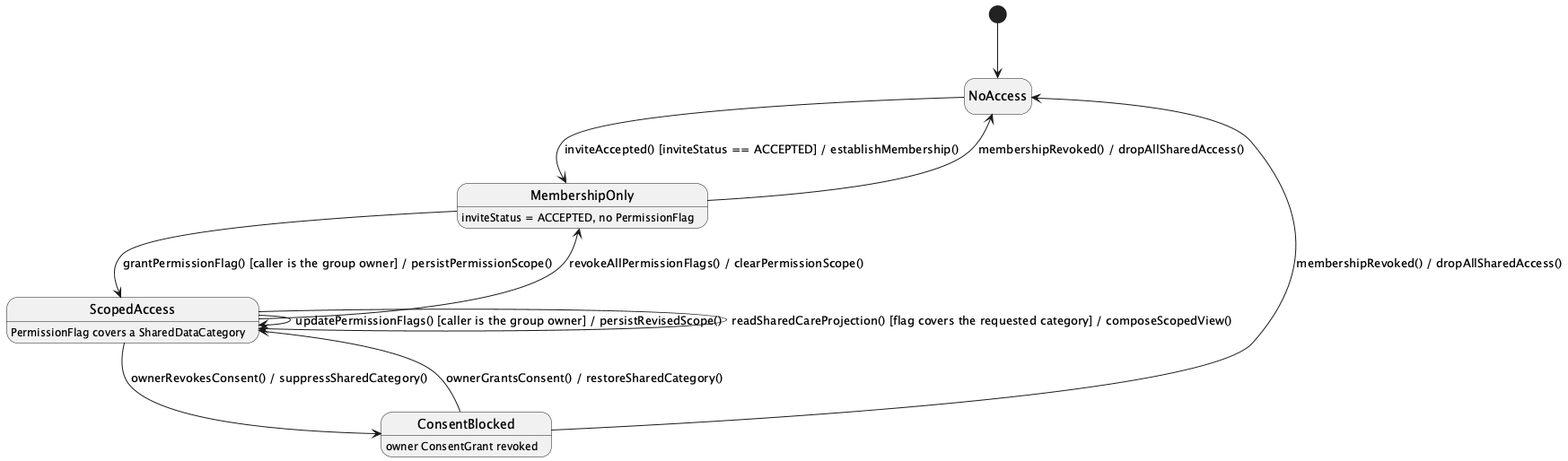
This is 03_Design/Detailed_Design/MF08_Family_Sync_Cooperative_Care/images/02_Family_Permissions_and_Shared_Care_Monitoring_StateChartDiagram.png from ChuongBDHE172784/CareBridge_SEP490_G79, a PlantUML export, as it was before one commit. The source it was exported from:
```plantuml
@startuml
hide empty description
[*] --> NoAccess

NoAccess --> MembershipOnly : inviteAccepted() [inviteStatus == ACCEPTED] / establishMembership()
MembershipOnly --> NoAccess : membershipRevoked() / dropAllSharedAccess()
MembershipOnly --> ScopedAccess : grantPermissionFlag() [caller is the group owner] / persistPermissionScope()
ScopedAccess --> MembershipOnly : revokeAllPermissionFlags() / clearPermissionScope()
ScopedAccess --> ScopedAccess : updatePermissionFlags() [caller is the group owner] / persistRevisedScope()
ScopedAccess --> ConsentBlocked : ownerRevokesConsent() / suppressSharedCategory()
ConsentBlocked --> ScopedAccess : ownerGrantsConsent() / restoreSharedCategory()
ScopedAccess --> ScopedAccess : readSharedCareProjection() [flag covers the requested category] / composeScopedView()
ConsentBlocked --> NoAccess : membershipRevoked() / dropAllSharedAccess()

MembershipOnly : inviteStatus = ACCEPTED, no PermissionFlag
ScopedAccess : PermissionFlag covers a SharedDataCategory
ConsentBlocked : owner ConsentGrant revoked
@enduml
```
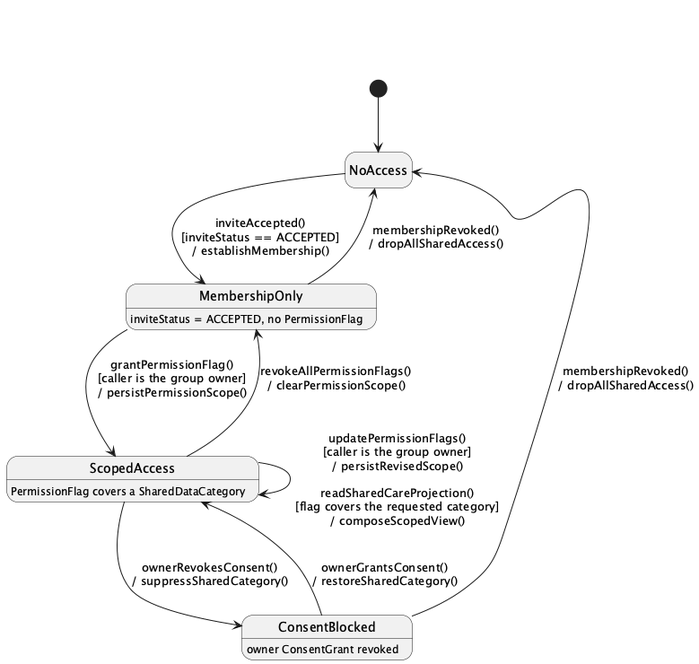
The same file after the commit.

What changed in the source:
```diff
@@ -1,16 +1,15 @@
-@startuml
+@startuml StateChartDiagram_02FamilyPermissionsandSharedCareMonitoring
 hide empty description
 [*] --> NoAccess
 
-NoAccess --> MembershipOnly : inviteAccepted() [inviteStatus == ACCEPTED] / establishMembership()
-MembershipOnly --> NoAccess : membershipRevoked() / dropAllSharedAccess()
-MembershipOnly --> ScopedAccess : grantPermissionFlag() [caller is the group owner] / persistPermissionScope()
-ScopedAccess --> MembershipOnly : revokeAllPermissionFlags() / clearPermissionScope()
-ScopedAccess --> ScopedAccess : updatePermissionFlags() [caller is the group owner] / persistRevisedScope()
-ScopedAccess --> ConsentBlocked : ownerRevokesConsent() / suppressSharedCategory()
-ConsentBlocked --> ScopedAccess : ownerGrantsConsent() / restoreSharedCategory()
-ScopedAccess --> ScopedAccess : readSharedCareProjection() [flag covers the requested category] / composeScopedView()
-ConsentBlocked --> NoAccess : membershipRevoked() / dropAllSharedAccess()
+NoAccess --> MembershipOnly : inviteAccepted()\n[inviteStatus == ACCEPTED]\n/ establishMembership()
+MembershipOnly --> NoAccess : membershipRevoked()\n/ dropAllSharedAccess()
+MembershipOnly --> ScopedAccess : grantPermissionFlag()\n[caller is the group owner]\n/ persistPermissionScope()
+ScopedAccess --> MembershipOnly : revokeAllPermissionFlags()\n/ clearPermissionScope()
+ScopedAccess --> ScopedAccess : updatePermissionFlags()\n[caller is the group owner]\n/ persistRevisedScope()\n\nreadSharedCareProjection()\n[flag covers the requested category]\n/ composeScopedView()
+ScopedAccess --> ConsentBlocked : ownerRevokesConsent()\n/ suppressSharedCategory()
+ConsentBlocked --> ScopedAccess : ownerGrantsConsent()\n/ restoreSharedCategory()
+ConsentBlocked --> NoAccess : membershipRevoked()\n/ dropAllSharedAccess()
 
 MembershipOnly : inviteStatus = ACCEPTED, no PermissionFlag
 ScopedAccess : PermissionFlag covers a SharedDataCategory
```
